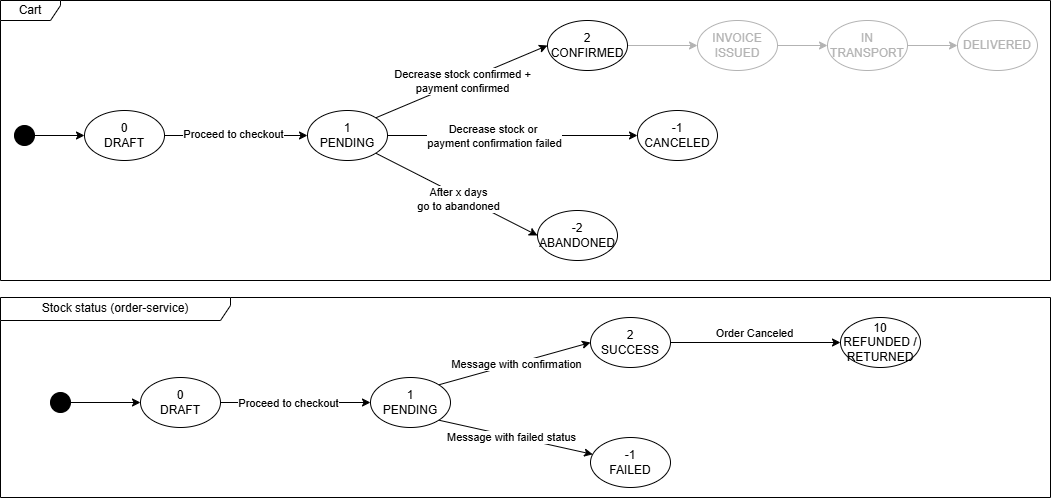
mcyomura/DemoSalesSystemMcy keeps this draw.io diagram as Documentation/C4_Sales_System-State_machine.drawio.png. Above is the earlier version. Source tidied: cells renumbered, new cells last; positions are measured from the earlier drawing's top-left corner, leaving out a move shared by most shapes.
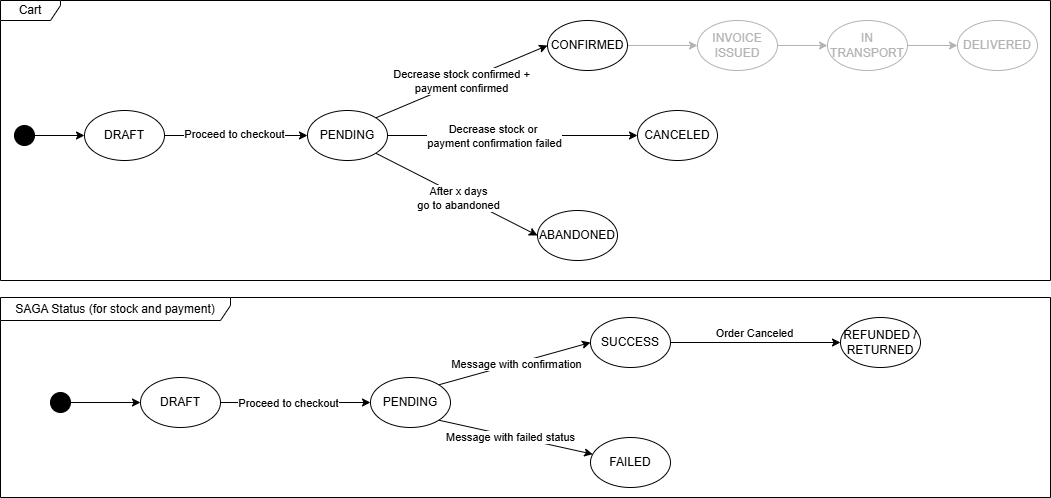
After the change.

The edit, as a diff of the source:
```diff
@@ -11,10 +11,10 @@
     <mxCell id="4" value="Proceed to checkout" style="edgeLabel;html=1;align=center;verticalAlign=middle;dashed=1;" parent="3" vertex="1">
       <mxGeometry x="-0.04" y="2" relative="1" as="geometry" />
     </mxCell>
-    <mxCell id="5" value="0&lt;div&gt;DRAFT&lt;/div&gt;" style="ellipse;whiteSpace=wrap;html=1;" parent="1" vertex="1">
+    <mxCell id="5" value="&lt;div&gt;DRAFT&lt;/div&gt;" style="ellipse;whiteSpace=wrap;html=1;" parent="1" vertex="1">
       <mxGeometry x="84" y="110" width="80" height="50" as="geometry" />
     </mxCell>
-    <mxCell id="6" value="Stock status (order-service)" style="shape=umlFrame;whiteSpace=wrap;html=1;width=230;height=23;" parent="1" vertex="1">
+    <mxCell id="6" value="SAGA Status (for stock and payment)" style="shape=umlFrame;whiteSpace=wrap;html=1;width=230;height=23;" parent="1" vertex="1">
       <mxGeometry y="297" width="1050" height="200" as="geometry" />
     </mxCell>
     <mxCell id="7" value="Decrease stock confirmed +&lt;div&gt;payment confirmed&lt;/div&gt;" style="shape=wire;rounded=0;jettySize=auto;html=1;exitX=1;exitY=0;exitDx=0;exitDy=0;entryX=0;entryY=0.5;entryDx=0;entryDy=0;dashed=1;" parent="1" edge="1" source="12" target="14">
@@ -32,19 +32,19 @@
     <mxCell id="11" value="After x days&lt;div&gt;go to abandoned&lt;/div&gt;" style="edgeLabel;html=1;align=center;verticalAlign=middle;dashed=1;" parent="10" vertex="1">
       <mxGeometry x="0.04" y="-3" relative="1" as="geometry" />
     </mxCell>
-    <mxCell id="12" value="1&lt;div&gt;PENDING&lt;/div&gt;" style="ellipse;whiteSpace=wrap;html=1;" parent="1" vertex="1">
+    <mxCell id="12" value="&lt;div&gt;PENDING&lt;/div&gt;" style="ellipse;whiteSpace=wrap;html=1;" parent="1" vertex="1">
       <mxGeometry x="307" y="110" width="80" height="50" as="geometry" />
     </mxCell>
     <mxCell id="13" style="edgeStyle=orthogonalEdgeStyle;shape=wire;rounded=0;jettySize=auto;html=1;exitX=1;exitY=0.5;exitDx=0;exitDy=0;entryX=0;entryY=0.5;entryDx=0;entryDy=0;dashed=1;strokeColor=#B3B3B3;fontColor=#B3B3B3;" parent="1" edge="1" source="14" target="31">
       <mxGeometry relative="1" as="geometry" />
     </mxCell>
-    <mxCell id="14" value="2&lt;div&gt;CONFIRMED&lt;/div&gt;" style="ellipse;whiteSpace=wrap;html=1;" parent="1" vertex="1">
+    <mxCell id="14" value="&lt;div&gt;CONFIRMED&lt;/div&gt;" style="ellipse;whiteSpace=wrap;html=1;" parent="1" vertex="1">
       <mxGeometry x="547" y="20" width="80" height="50" as="geometry" />
     </mxCell>
-    <mxCell id="15" value="-2&lt;div&gt;ABANDONED&lt;/div&gt;" style="ellipse;whiteSpace=wrap;html=1;" parent="1" vertex="1">
+    <mxCell id="15" value="&lt;div&gt;ABANDONED&lt;/div&gt;" style="ellipse;whiteSpace=wrap;html=1;" parent="1" vertex="1">
       <mxGeometry x="537" y="210" width="80" height="50" as="geometry" />
     </mxCell>
-    <mxCell id="16" value="-1&lt;div&gt;CANCELED&lt;/div&gt;" style="ellipse;whiteSpace=wrap;html=1;" parent="1" vertex="1">
+    <mxCell id="16" value="&lt;div&gt;CANCELED&lt;/div&gt;" style="ellipse;whiteSpace=wrap;html=1;" parent="1" vertex="1">
       <mxGeometry x="637" y="110" width="80" height="50" as="geometry" />
     </mxCell>
     <mxCell id="17" style="shape=wire;rounded=0;jettySize=auto;html=1;exitX=1;exitY=0;exitDx=0;exitDy=0;entryX=0;entryY=0.5;entryDx=0;entryDy=0;dashed=1;" parent="1" edge="1" source="21" target="25">
@@ -59,7 +59,7 @@
     <mxCell id="20" value="Message with failed status" style="edgeLabel;html=1;align=center;verticalAlign=middle;dashed=1;" parent="19" vertex="1">
       <mxGeometry x="-0.07" y="-1" relative="1" as="geometry" />
     </mxCell>
-    <mxCell id="21" value="1&lt;div&gt;PENDING&lt;/div&gt;" style="ellipse;whiteSpace=wrap;html=1;" parent="1" vertex="1">
+    <mxCell id="21" value="&lt;div&gt;PENDING&lt;/div&gt;" style="ellipse;whiteSpace=wrap;html=1;" parent="1" vertex="1">
       <mxGeometry x="370" y="377" width="80" height="50" as="geometry" />
     </mxCell>
     <mxCell id="22" style="shape=wire;rounded=0;jettySize=auto;html=1;exitX=1;exitY=0.5;exitDx=0;exitDy=0;entryX=0;entryY=0.5;entryDx=0;entryDy=0;dashed=1;" parent="1" edge="1" source="24" target="21">
@@ -68,13 +68,13 @@
     <mxCell id="23" value="Proceed to checkout" style="edgeLabel;html=1;align=center;verticalAlign=middle;dashed=1;" parent="22" vertex="1">
       <mxGeometry x="-0.11" relative="1" as="geometry" />
     </mxCell>
-    <mxCell id="24" value="0&lt;div&gt;DRAFT&lt;/div&gt;" style="ellipse;whiteSpace=wrap;html=1;" parent="1" vertex="1">
+    <mxCell id="24" value="&lt;div&gt;DRAFT&lt;/div&gt;" style="ellipse;whiteSpace=wrap;html=1;" parent="1" vertex="1">
       <mxGeometry x="140" y="377" width="80" height="50" as="geometry" />
     </mxCell>
-    <mxCell id="25" value="2&lt;div&gt;SUCCESS&lt;/div&gt;" style="ellipse;whiteSpace=wrap;html=1;" parent="1" vertex="1">
+    <mxCell id="25" value="&lt;div&gt;SUCCESS&lt;/div&gt;" style="ellipse;whiteSpace=wrap;html=1;" parent="1" vertex="1">
       <mxGeometry x="590" y="317" width="80" height="50" as="geometry" />
     </mxCell>
-    <mxCell id="26" value="-1&lt;div&gt;FAILED&lt;/div&gt;" style="ellipse;whiteSpace=wrap;html=1;" parent="1" vertex="1">
+    <mxCell id="26" value="&lt;div&gt;FAILED&lt;/div&gt;" style="ellipse;whiteSpace=wrap;html=1;" parent="1" vertex="1">
       <mxGeometry x="590" y="437" width="80" height="50" as="geometry" />
     </mxCell>
     <mxCell id="27" style="edgeStyle=orthogonalEdgeStyle;shape=wire;rounded=0;jettySize=auto;html=1;exitX=1;exitY=0.5;exitDx=0;exitDy=0;dashed=1;strokeColor=#B3B3B3;fontColor=#B3B3B3;" parent="1" edge="1" source="28" target="29">
@@ -100,7 +100,7 @@
         <mxPoint x="21" y="-8" as="offset" />
       </mxGeometry>
     </mxCell>
-    <mxCell id="34" value="10&lt;br&gt;&lt;div&gt;REFUNDED /&lt;/div&gt;&lt;div&gt;RETURNED&lt;/div&gt;" style="ellipse;whiteSpace=wrap;html=1;" parent="1" vertex="1">
+    <mxCell id="34" value="&lt;div&gt;REFUNDED /&lt;/div&gt;&lt;div&gt;RETURNED&lt;/div&gt;" style="ellipse;whiteSpace=wrap;html=1;" parent="1" vertex="1">
       <mxGeometry x="840" y="317" width="80" height="50" as="geometry" />
     </mxCell>
     <mxCell id="35" style="edgeStyle=orthogonalEdgeStyle;rounded=0;jettySize=auto;html=1;exitX=1;exitY=0.5;exitDx=0;exitDy=0;entryX=0;entryY=0.5;entryDx=0;entryDy=0;" parent="1" edge="1" source="36" target="24">
```
